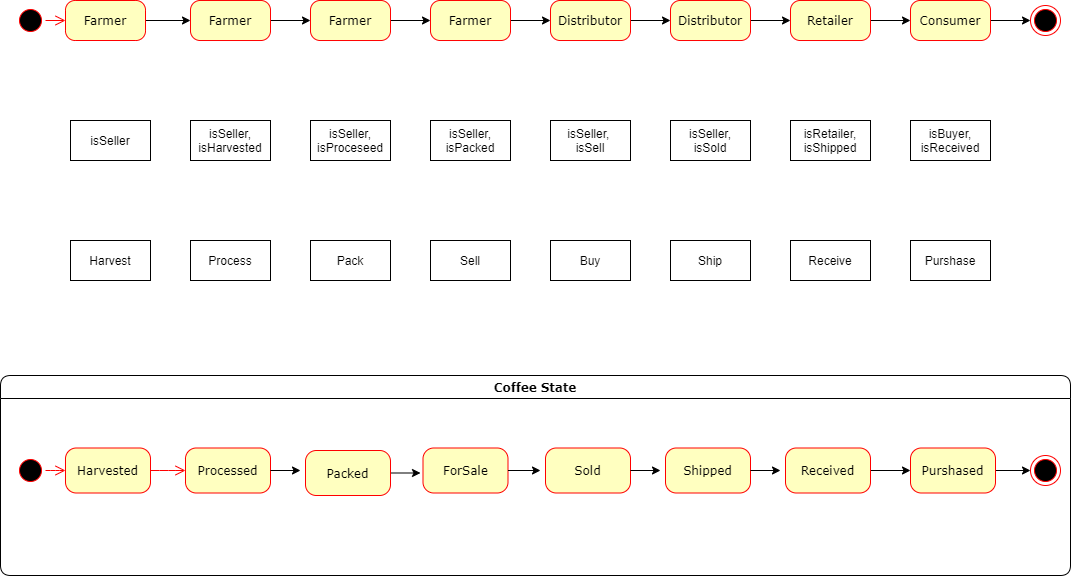
The draw.io diagram uml/state.png in alejandroe4/EthereumDappforTrackingItemsthroughSupplyChain, before a commit. Source tidied: cells renumbered, new cells last; positions are measured from the earlier drawing's top-left corner, leaving out a move shared by most shapes.
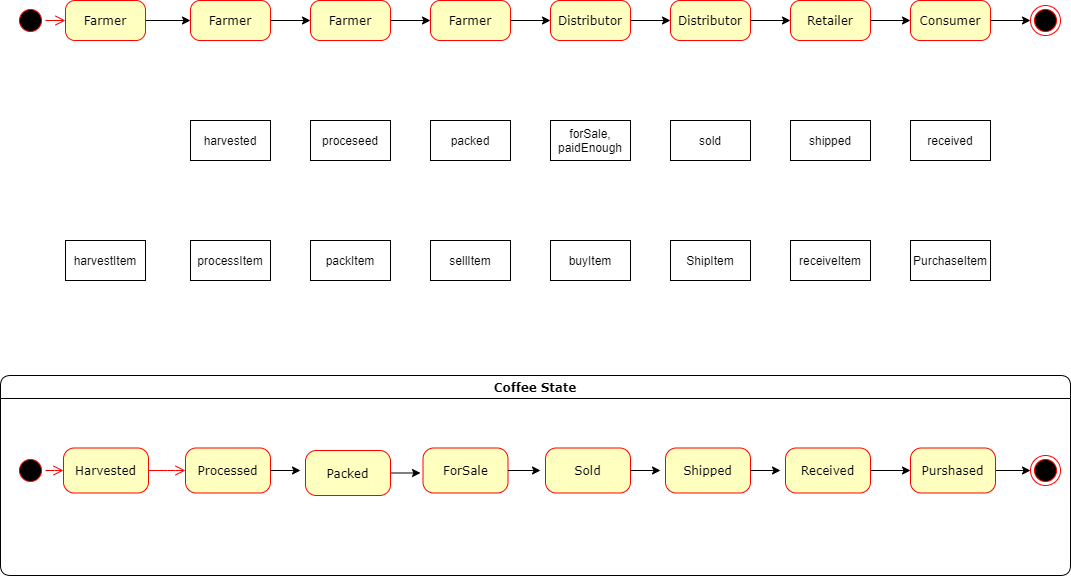
The same file after the commit.

What changed in the source:
```diff
@@ -20,7 +20,7 @@
       </mxGeometry>
     </mxCell>
     <mxCell id="7" value="Harvested" style="rounded=1;whiteSpace=wrap;html=1;arcSize=24;fillColor=#ffffc0;strokeColor=#ff0000;shadow=0;comic=0;labelBackgroundColor=none;fontFamily=Verdana;fontSize=12;fontColor=#000000;align=center;" parent="5" vertex="1">
-      <mxGeometry x="65" y="72.5" width="85" height="45" as="geometry" />
+      <mxGeometry x="63" y="72.5" width="85" height="45" as="geometry" />
     </mxCell>
     <mxCell id="8" style="ellipse;html=1;shape=endState;fillColor=#000000;strokeColor=#ff0000;rounded=1;shadow=0;comic=0;labelBackgroundColor=none;fontFamily=Verdana;fontSize=12;fontColor=#000000;align=center;" parent="5" vertex="1">
       <mxGeometry x="1030" y="80" width="30" height="30" as="geometry" />
@@ -58,16 +58,13 @@
     <mxCell id="19" style="edgeStyle=orthogonalEdgeStyle;html=1;labelBackgroundColor=none;endArrow=open;endSize=8;strokeColor=#ff0000;fontFamily=Verdana;fontSize=12;align=left;" parent="1" edge="1" source="2" target="4">
       <mxGeometry relative="1" as="geometry" />
     </mxCell>
-    <mxCell id="20" value="Harvest" style="rounded=0;whiteSpace=wrap;html=1;" parent="1" vertex="1">
-      <mxGeometry x="70" y="240" width="80" height="40" as="geometry" />
+    <mxCell id="20" value="harvestItem" style="rounded=0;whiteSpace=wrap;html=1;" parent="1" vertex="1">
+      <mxGeometry x="65" y="240" width="80" height="40" as="geometry" />
     </mxCell>
-    <mxCell id="21" value="isSeller" style="rounded=0;whiteSpace=wrap;html=1;" parent="1" vertex="1">
-      <mxGeometry x="70" y="120" width="80" height="40" as="geometry" />
-    </mxCell>
-    <mxCell id="22" value="isSeller, isHarvested" style="rounded=0;whiteSpace=wrap;html=1;" parent="1" vertex="1">
+    <mxCell id="22" value="harvested" style="rounded=0;whiteSpace=wrap;html=1;" parent="1" vertex="1">
       <mxGeometry x="190" y="120" width="80" height="40" as="geometry" />
     </mxCell>
-    <mxCell id="23" value="Process" style="rounded=0;whiteSpace=wrap;html=1;" parent="1" vertex="1">
+    <mxCell id="23" value="processItem" style="rounded=0;whiteSpace=wrap;html=1;" parent="1" vertex="1">
       <mxGeometry x="190" y="240" width="80" height="40" as="geometry" />
     </mxCell>
     <mxCell id="24" style="ellipse;html=1;shape=endState;fillColor=#000000;strokeColor=#ff0000;rounded=1;shadow=0;comic=0;labelBackgroundColor=none;fontFamily=Verdana;fontSize=12;fontColor=#000000;align=center;" parent="1" vertex="1">
@@ -123,40 +120,40 @@
     <mxCell id="40" value="Consumer" style="rounded=1;whiteSpace=wrap;html=1;arcSize=24;fillColor=#ffffc0;strokeColor=#ff0000;shadow=0;comic=0;labelBackgroundColor=none;fontFamily=Verdana;fontSize=12;fontColor=#000000;align=center;" parent="1" vertex="1">
       <mxGeometry x="910" width="80" height="40" as="geometry" />
     </mxCell>
-    <mxCell id="41" value="isSeller, isProceseed" style="rounded=0;whiteSpace=wrap;html=1;" parent="1" vertex="1">
+    <mxCell id="41" value="proceseed" style="rounded=0;whiteSpace=wrap;html=1;" parent="1" vertex="1">
       <mxGeometry x="310" y="120" width="80" height="40" as="geometry" />
     </mxCell>
-    <mxCell id="42" value="isSeller, isPacked" style="rounded=0;whiteSpace=wrap;html=1;" parent="1" vertex="1">
+    <mxCell id="42" value="packed" style="rounded=0;whiteSpace=wrap;html=1;" parent="1" vertex="1">
       <mxGeometry x="430" y="120" width="80" height="40" as="geometry" />
     </mxCell>
-    <mxCell id="43" value="isSeller, &lt;br&gt;isSell" style="rounded=0;whiteSpace=wrap;html=1;" parent="1" vertex="1">
+    <mxCell id="43" value="forSale, paidEnough" style="rounded=0;whiteSpace=wrap;html=1;" parent="1" vertex="1">
       <mxGeometry x="550" y="120" width="80" height="40" as="geometry" />
     </mxCell>
-    <mxCell id="44" value="isSeller, isSold" style="rounded=0;whiteSpace=wrap;html=1;" parent="1" vertex="1">
+    <mxCell id="44" value="sold" style="rounded=0;whiteSpace=wrap;html=1;" parent="1" vertex="1">
       <mxGeometry x="670" y="120" width="80" height="40" as="geometry" />
     </mxCell>
-    <mxCell id="45" value="isRetailer, isShipped" style="rounded=0;whiteSpace=wrap;html=1;" parent="1" vertex="1">
+    <mxCell id="45" value="shipped" style="rounded=0;whiteSpace=wrap;html=1;" parent="1" vertex="1">
       <mxGeometry x="790" y="120" width="80" height="40" as="geometry" />
     </mxCell>
-    <mxCell id="46" value="isBuyer,&lt;br&gt;isReceived" style="rounded=0;whiteSpace=wrap;html=1;" parent="1" vertex="1">
+    <mxCell id="46" value="received" style="rounded=0;whiteSpace=wrap;html=1;" parent="1" vertex="1">
       <mxGeometry x="910" y="120" width="80" height="40" as="geometry" />
     </mxCell>
-    <mxCell id="47" value="Pack" style="rounded=0;whiteSpace=wrap;html=1;" parent="1" vertex="1">
+    <mxCell id="47" value="packItem" style="rounded=0;whiteSpace=wrap;html=1;" parent="1" vertex="1">
       <mxGeometry x="310" y="240" width="80" height="40" as="geometry" />
     </mxCell>
-    <mxCell id="48" value="Sell" style="rounded=0;whiteSpace=wrap;html=1;" parent="1" vertex="1">
+    <mxCell id="48" value="sellItem" style="rounded=0;whiteSpace=wrap;html=1;" parent="1" vertex="1">
       <mxGeometry x="430" y="240" width="80" height="40" as="geometry" />
     </mxCell>
-    <mxCell id="49" value="Buy" style="rounded=0;whiteSpace=wrap;html=1;" parent="1" vertex="1">
+    <mxCell id="49" value="buyItem" style="rounded=0;whiteSpace=wrap;html=1;" parent="1" vertex="1">
       <mxGeometry x="550" y="240" width="80" height="40" as="geometry" />
     </mxCell>
-    <mxCell id="50" value="Ship" style="rounded=0;whiteSpace=wrap;html=1;" parent="1" vertex="1">
+    <mxCell id="50" value="ShipItem" style="rounded=0;whiteSpace=wrap;html=1;" parent="1" vertex="1">
       <mxGeometry x="670" y="240" width="80" height="40" as="geometry" />
     </mxCell>
-    <mxCell id="51" value="Receive" style="rounded=0;whiteSpace=wrap;html=1;" parent="1" vertex="1">
+    <mxCell id="51" value="receiveItem" style="rounded=0;whiteSpace=wrap;html=1;" parent="1" vertex="1">
       <mxGeometry x="790" y="240" width="80" height="40" as="geometry" />
     </mxCell>
-    <mxCell id="52" value="Purshase" style="rounded=0;whiteSpace=wrap;html=1;" parent="1" vertex="1">
+    <mxCell id="52" value="PurchaseItem" style="rounded=0;whiteSpace=wrap;html=1;" parent="1" vertex="1">
       <mxGeometry x="910" y="240" width="80" height="40" as="geometry" />
     </mxCell>
     <mxCell id="53" style="edgeStyle=orthogonalEdgeStyle;rounded=0;jettySize=auto;html=1;exitX=1;exitY=0.5;exitDx=0;exitDy=0;" parent="1" edge="1" source="11">
```
